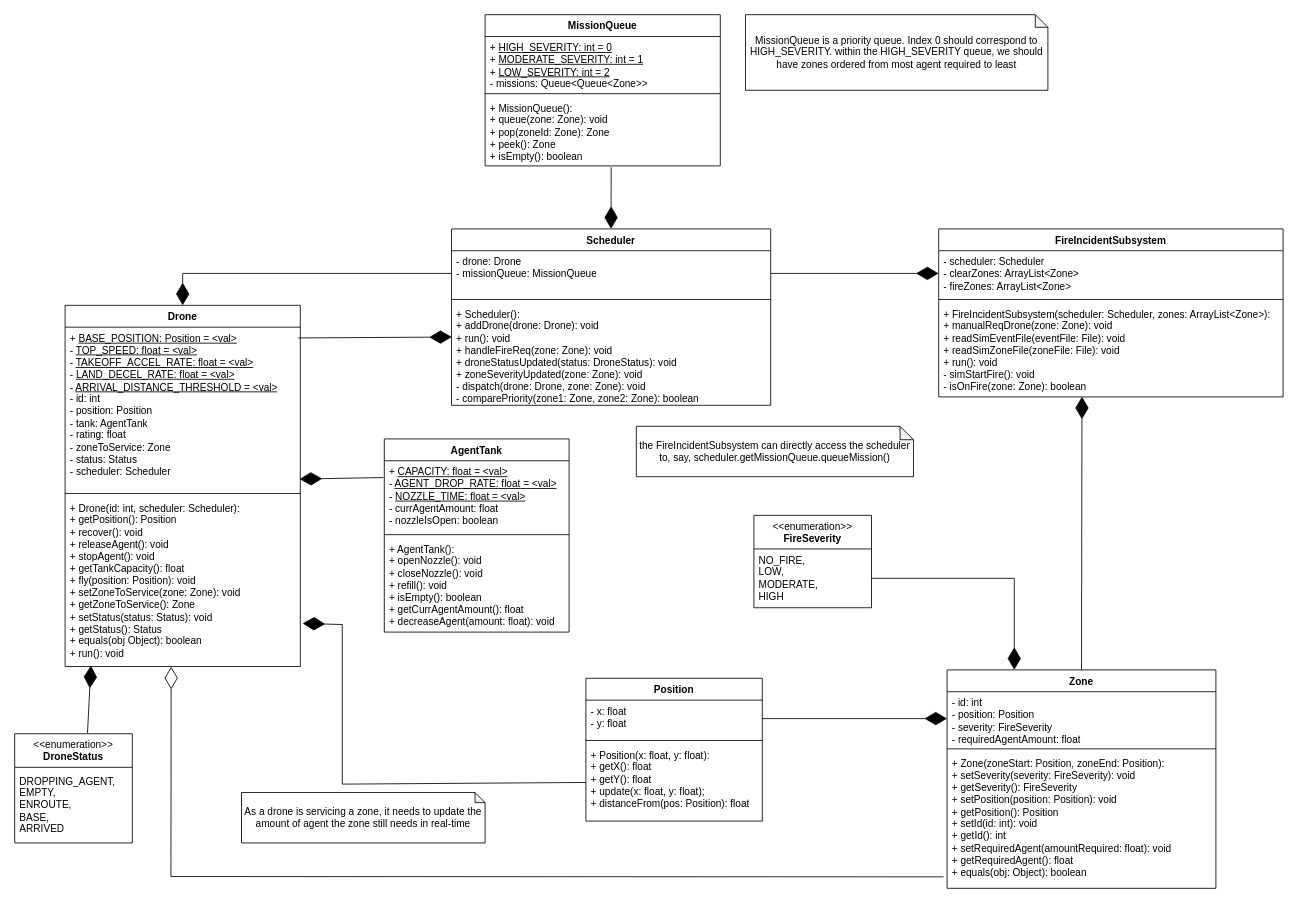
Above: docs/fire_drone_swarm_class.drawio in hubertdang/fire-drone-swarm (draw.io), before the change. Source tidied: cells renumbered, new cells numbered last; positions are measured from the earlier drawing's top-left corner, leaving out a move shared by most shapes. Both pictures are drawn from the tidied source at 84%, with x=0, y=0 at pixel (14, 14).
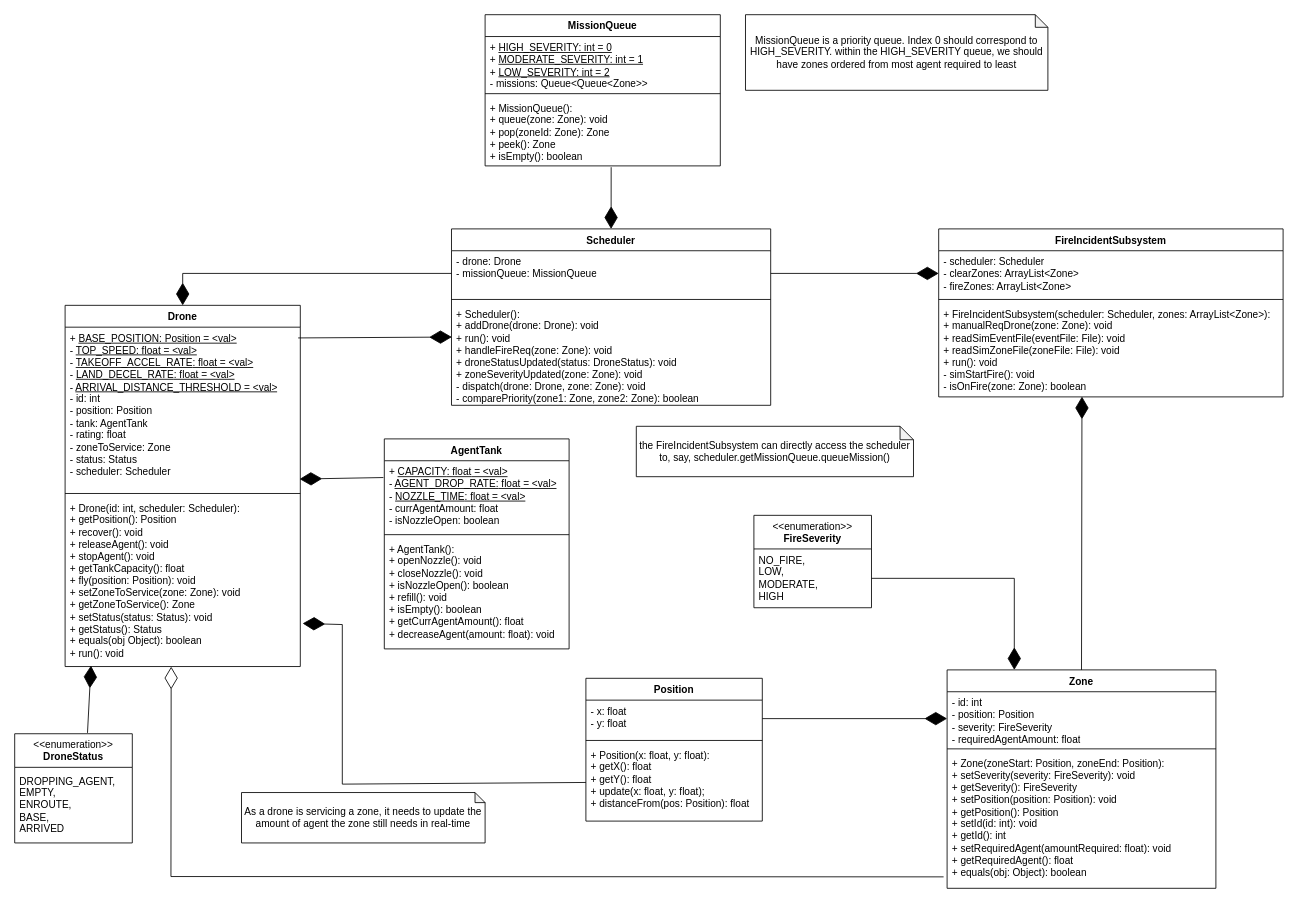
The same page after the edit.

Commit message:
docs(UML): update agenttank

Diff of the diagram source:
```diff
@@
     <mxCell id="18" value="AgentTank" style="swimlane;fontStyle=1;align=center;verticalAlign=top;horizontal=1;startSize=26;whiteSpace=wrap;html=1;" parent="1" vertex="1">
-      <mxGeometry x="440" y="505" width="220" height="230" as="geometry" />
+      <mxGeometry x="440" y="505" width="220" height="250" as="geometry" />
     </mxCell>
-    <mxCell id="19" value="&lt;div&gt;+ &lt;u&gt;CAPACITY&lt;span style=&quot;color: light-dark(rgb(0, 0, 0), rgb(255, 255, 255)); background-color: transparent;&quot;&gt;: float&lt;/span&gt;&lt;span style=&quot;color: light-dark(rgb(0, 0, 0), rgb(255, 255, 255)); background-color: transparent;&quot;&gt;&amp;nbsp;= &amp;lt;val&amp;gt;&lt;/span&gt;&lt;/u&gt;&lt;br&gt;&lt;/div&gt;- &lt;u&gt;AGENT_DROP_RATE:&lt;span style=&quot;color: light-dark(rgb(0, 0, 0), rgb(255, 255, 255)); background-color: transparent;&quot;&gt;&amp;nbsp;float&lt;/span&gt;&lt;span style=&quot;color: light-dark(rgb(0, 0, 0), rgb(255, 255, 255)); background-color: transparent;&quot;&gt;&amp;nbsp;= &amp;lt;val&amp;gt;&lt;/span&gt;&lt;/u&gt;&lt;div&gt;-&amp;nbsp;&lt;u&gt;NOZZLE_TIME&lt;/u&gt;&lt;u style=&quot;color: light-dark(rgb(0, 0, 0), rgb(255, 255, 255)); background-color: transparent;&quot;&gt;: float&lt;/u&gt;&lt;u style=&quot;color: light-dark(rgb(0, 0, 0), rgb(255, 255, 255)); background-color: transparent;&quot;&gt;&amp;nbsp;= &amp;lt;val&amp;gt;&lt;/u&gt;&lt;u style=&quot;color: light-dark(rgb(0, 0, 0), rgb(255, 255, 255)); background-color: transparent;&quot;&gt;&lt;br&gt;&lt;/u&gt;&lt;/div&gt;&lt;div&gt;- currAgentAmount: float&lt;/div&gt;&lt;div&gt;- nozzleIsOpen: boolean&lt;/div&gt;" style="text;strokeColor=none;fillColor=none;align=left;verticalAlign=top;spacingLeft=4;spacingRight=4;overflow=hidden;points=[[0,0.5],[1,0.5]];portConstraint=eastwest;whiteSpace=wrap;html=1;" parent="18" vertex="1">
+    <mxCell id="19" value="&lt;div&gt;+ &lt;u&gt;CAPACITY&lt;span style=&quot;color: light-dark(rgb(0, 0, 0), rgb(255, 255, 255)); background-color: transparent;&quot;&gt;: float&lt;/span&gt;&lt;span style=&quot;color: light-dark(rgb(0, 0, 0), rgb(255, 255, 255)); background-color: transparent;&quot;&gt;&amp;nbsp;= &amp;lt;val&amp;gt;&lt;/span&gt;&lt;/u&gt;&lt;br&gt;&lt;/div&gt;- &lt;u&gt;AGENT_DROP_RATE:&lt;span style=&quot;color: light-dark(rgb(0, 0, 0), rgb(255, 255, 255)); background-color: transparent;&quot;&gt;&amp;nbsp;float&lt;/span&gt;&lt;span style=&quot;color: light-dark(rgb(0, 0, 0), rgb(255, 255, 255)); background-color: transparent;&quot;&gt;&amp;nbsp;= &amp;lt;val&amp;gt;&lt;/span&gt;&lt;/u&gt;&lt;div&gt;-&amp;nbsp;&lt;u&gt;NOZZLE_TIME&lt;/u&gt;&lt;u style=&quot;color: light-dark(rgb(0, 0, 0), rgb(255, 255, 255)); background-color: transparent;&quot;&gt;: float&lt;/u&gt;&lt;u style=&quot;color: light-dark(rgb(0, 0, 0), rgb(255, 255, 255)); background-color: transparent;&quot;&gt;&amp;nbsp;= &amp;lt;val&amp;gt;&lt;/u&gt;&lt;u style=&quot;color: light-dark(rgb(0, 0, 0), rgb(255, 255, 255)); background-color: transparent;&quot;&gt;&lt;br&gt;&lt;/u&gt;&lt;/div&gt;&lt;div&gt;- currAgentAmount: float&lt;/div&gt;&lt;div&gt;- isNozzleOpen: boolean&lt;/div&gt;" style="text;strokeColor=none;fillColor=none;align=left;verticalAlign=top;spacingLeft=4;spacingRight=4;overflow=hidden;points=[[0,0.5],[1,0.5]];portConstraint=eastwest;whiteSpace=wrap;html=1;" parent="18" vertex="1">
       <mxGeometry y="26" width="220" height="84" as="geometry" />
     </mxCell>
@@
-    <mxCell id="21" value="+ AgentTank():&lt;div&gt;+ openNozzle(): void&lt;/div&gt;&lt;div&gt;+ closeNozzle(): void&lt;/div&gt;&lt;div&gt;+ refill(): void&lt;/div&gt;&lt;div&gt;+ isEmpty(): boolean&lt;/div&gt;&lt;div&gt;+ getCurrAgentAmount(): float&lt;/div&gt;&lt;div&gt;+ decreaseAgent(amount: float): void&lt;/div&gt;" style="text;strokeColor=none;fillColor=none;align=left;verticalAlign=top;spacingLeft=4;spacingRight=4;overflow=hidden;whiteSpace=wrap;html=1;" parent="18" vertex="1">
-      <mxGeometry y="118" width="220" height="112" as="geometry" />
+    <mxCell id="21" value="+ AgentTank():&lt;div&gt;+ openNozzle(): void&lt;/div&gt;&lt;div&gt;+ closeNozzle(): void&lt;/div&gt;&lt;div&gt;+ isNozzleOpen(): boolean&lt;/div&gt;&lt;div&gt;+ refill(): void&lt;/div&gt;&lt;div&gt;+ isEmpty(): boolean&lt;/div&gt;&lt;div&gt;+ getCurrAgentAmount(): float&lt;/div&gt;&lt;div&gt;+ decreaseAgent(amount: float): void&lt;/div&gt;" style="text;strokeColor=none;fillColor=none;align=left;verticalAlign=top;spacingLeft=4;spacingRight=4;overflow=hidden;whiteSpace=wrap;html=1;" parent="18" vertex="1">
+      <mxGeometry y="118" width="220" height="132" as="geometry" />
     </mxCell>
```
